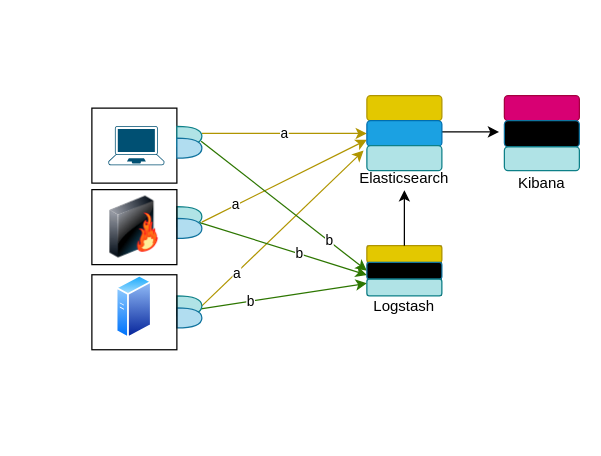
The draw.io diagram Bachelorarbeit/assets/ElasticStack.drawio in Bruno-Macedo/Praxisbericht_Bacherloarbeit, before the edit. Source tidied: cells renumbered, new cells numbered last; positions are measured from the earlier drawing's top-left corner, leaving out a move shared by most shapes. Both pictures are drawn from the tidied source at 125%, with x=0, y=0 at pixel (91, 95).
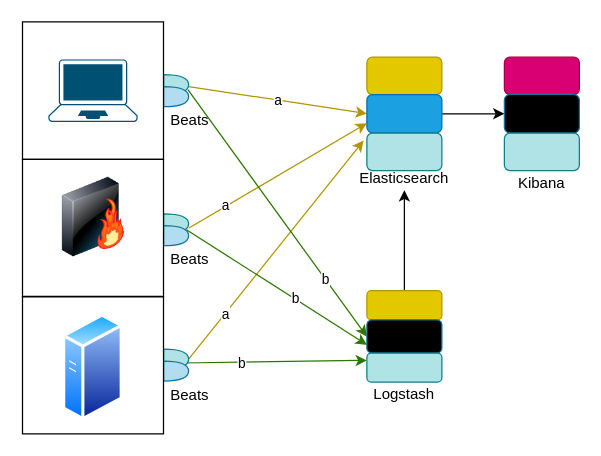
The same page after the edit.

What changed in the source:
```diff
@@
-    <mxCell id="2" style="rounded=0;whiteSpace=wrap;html=1;fillColor=none;" parent="1" vertex="1">
-      <mxGeometry y="10" width="68" height="60" as="geometry" />
-    </mxCell>
     <mxCell id="3" style="verticalLabelPosition=bottom;sketch=0;html=1;verticalAlign=top;align=center;shape=mxgraph.cisco19.laptop;fillColor=#005073;strokeColor=none;" parent="1" vertex="1">
-      <mxGeometry x="13.2" y="24.3" width="44.8" height="31.4" as="geometry" />
+      <mxGeometry x="-34.8" y="-29" width="71.4" height="50" as="geometry" />
     </mxCell>
     <mxCell id="4" style="image;html=1;image=img/lib/clip_art/networking/Firewall-page1_128x128.png;" parent="1" vertex="1">
-      <mxGeometry x="10" y="80.5" width="48" height="49.5" as="geometry" />
+      <mxGeometry x="-33.4" y="65.4" width="70" height="63.8" as="geometry" />
     </mxCell>
     <mxCell id="5" style="image;perimeter=ellipsePerimeter;html=1;align=center;shadow=0;dashed=0;spacingTop=3;image=img/lib/active_directory/generic_server.svg;" parent="1" vertex="1">
-      <mxGeometry x="19.5" y="143.3" width="28.9" height="51.7" as="geometry" />
+      <mxGeometry x="-23.3" y="174.3" width="48.5" height="86.5" as="geometry" />
     </mxCell>
@@
     <mxCell id="10" style="shape=or;whiteSpace=wrap;html=1;fillColor=#b0e3e6;strokeColor=#0e8088;" parent="1" vertex="1">
-      <mxGeometry x="68" y="160.2" width="20" height="16" as="geometry" />
+      <mxGeometry x="57.4" y="202.8" width="20" height="16" as="geometry" />
     </mxCell>
     <mxCell id="11" style="shape=or;whiteSpace=wrap;html=1;fillColor=#b1ddf0;strokeColor=#10739e;" parent="1" vertex="1">
-      <mxGeometry x="68" y="169.8" width="20" height="16" as="geometry" />
+      <mxGeometry x="57.4" y="212.3" width="20" height="16" as="geometry" />
     </mxCell>
@@
     <mxCell id="13" style="shape=or;whiteSpace=wrap;html=1;fillColor=#b0e3e6;strokeColor=#0e8088;" parent="1" vertex="1">
-      <mxGeometry x="68" y="88.8" width="20" height="16" as="geometry" />
+      <mxGeometry x="57.4" y="94.5" width="20" height="16" as="geometry" />
     </mxCell>
@@
     <mxCell id="18" style="shape=or;whiteSpace=wrap;html=1;fillColor=#b1ddf0;strokeColor=#10739e;" parent="1" vertex="1">
-      <mxGeometry x="68" y="98.2" width="20" height="16" as="geometry" />
+      <mxGeometry x="57.4" y="104" width="20" height="16" as="geometry" />
     </mxCell>
-    <mxCell id="19" value="a" style="edgeStyle=orthogonalEdgeStyle;rounded=0;jettySize=auto;html=1;entryX=0;entryY=0.5;entryDx=0;entryDy=0;fillColor=#e3c800;strokeColor=#B09500;" parent="1" edge="1" source="20" target="35">
-      <mxGeometry relative="1" as="geometry">
-        <Array as="points">
-          <mxPoint x="220" y="30" />
-        </Array>
-      </mxGeometry>
+    <mxCell id="19" value="a" style="rounded=0;jettySize=auto;html=1;entryX=0;entryY=0.5;entryDx=0;entryDy=0;fillColor=#e3c800;strokeColor=#B09500;" parent="1" edge="1" source="20" target="35">
+      <mxGeometry relative="1" as="geometry" />
     </mxCell>
     <mxCell id="20" style="shape=or;whiteSpace=wrap;html=1;fillColor=#b0e3e6;strokeColor=#0e8088;" parent="1" vertex="1">
-      <mxGeometry x="68" y="24.5" width="20" height="16" as="geometry" />
+      <mxGeometry x="57.4" y="-16.8" width="20" height="16" as="geometry" />
     </mxCell>
@@
     <mxCell id="23" style="shape=or;whiteSpace=wrap;html=1;fillColor=#b1ddf0;strokeColor=#10739e;" parent="1" vertex="1">
-      <mxGeometry x="68" y="34" width="20" height="16" as="geometry" />
+      <mxGeometry x="57.4" y="-7.2" width="20" height="16" as="geometry" />
     </mxCell>
-    <mxCell id="24" style="group;fillColor=#383838;" parent="1" vertex="1">
-      <mxGeometry x="220" y="120" width="60" height="40.2" as="geometry" />
-    </mxCell>
-    <mxCell id="25" style="rounded=1;whiteSpace=wrap;html=1;fillColor=#e3c800;fontColor=#000000;strokeColor=#B09500;" parent="24" vertex="1">
-      <mxGeometry width="60" height="13.4" as="geometry" />
-    </mxCell>
-    <mxCell id="26" style="rounded=1;whiteSpace=wrap;html=1;fillColor=#000000;strokeColor=#10739e;" parent="24" vertex="1">
-      <mxGeometry y="13.4" width="60" height="13.4" as="geometry" />
-    </mxCell>
-    <mxCell id="27" style="rounded=1;whiteSpace=wrap;html=1;fillColor=#b0e3e6;strokeColor=#0e8088;" parent="24" vertex="1">
-      <mxGeometry y="26.8" width="60" height="13.4" as="geometry" />
-    </mxCell>
     <mxCell id="28" value="Logstash" style="text;html=1;strokeColor=none;fillColor=none;align=center;verticalAlign=middle;whiteSpace=wrap;rounded=0;" parent="1" vertex="1">
-      <mxGeometry x="220" y="158.2" width="60" height="21.8" as="geometry" />
+      <mxGeometry x="220" y="228.3" width="60" height="21.8" as="geometry" />
     </mxCell>
@@
     <mxCell id="30" style="rounded=1;whiteSpace=wrap;html=1;fillColor=#d80073;fontColor=#ffffff;strokeColor=#A50040;" parent="1" vertex="1">
-      <mxGeometry x="330" width="60" height="20" as="geometry" />
+      <mxGeometry x="330" y="-30.8" width="60" height="30" as="geometry" />
     </mxCell>
     <mxCell id="31" style="rounded=1;whiteSpace=wrap;html=1;fillColor=#000000;strokeColor=#10739e;" parent="1" vertex="1">
-      <mxGeometry x="330" y="20" width="60" height="21" as="geometry" />
+      <mxGeometry x="330" y="-1" width="60" height="31" as="geometry" />
     </mxCell>
     <mxCell id="32" style="rounded=1;whiteSpace=wrap;html=1;fillColor=#b0e3e6;strokeColor=#0e8088;" parent="1" vertex="1">
-      <mxGeometry x="330" y="41" width="60" height="19" as="geometry" />
+      <mxGeometry x="330" y="30" width="60" height="30" as="geometry" />
     </mxCell>
     <mxCell id="33" style="rounded=1;whiteSpace=wrap;html=1;fillColor=#e3c800;fontColor=#000000;strokeColor=#B09500;" parent="1" vertex="1">
-      <mxGeometry x="220" width="60" height="20" as="geometry" />
+      <mxGeometry x="220" y="-30.8" width="60" height="30" as="geometry" />
     </mxCell>
-    <mxCell id="34" style="edgeStyle=orthogonalEdgeStyle;rounded=0;jettySize=auto;html=1;entryX=-0.071;entryY=0.429;entryDx=0;entryDy=0;entryPerimeter=0;" parent="1" edge="1" source="35" target="31">
-      <mxGeometry relative="1" as="geometry">
-        <Array as="points">
-          <mxPoint x="290" y="29" />
-          <mxPoint x="290" y="29" />
-        </Array>
-      </mxGeometry>
+    <mxCell id="34" style="edgeStyle=orthogonalEdgeStyle;rounded=0;jettySize=auto;html=1;" parent="1" edge="1" source="35" target="31">
+      <mxGeometry relative="1" as="geometry" />
     </mxCell>
     <mxCell id="35" style="rounded=1;whiteSpace=wrap;html=1;fillColor=#1ba1e2;strokeColor=#006EAF;fontColor=#ffffff;" parent="1" vertex="1">
-      <mxGeometry x="220" y="20" width="60" height="20.5" as="geometry" />
+      <mxGeometry x="220" y="-0.8" width="60" height="30.5" as="geometry" />
     </mxCell>
     <mxCell id="36" style="rounded=1;whiteSpace=wrap;html=1;fillColor=#b0e3e6;strokeColor=#0e8088;" parent="1" vertex="1">
-      <mxGeometry x="220" y="40" width="60" height="20" as="geometry" />
+      <mxGeometry x="220" y="30" width="60" height="30" as="geometry" />
     </mxCell>
@@
-    <mxCell id="38" style="rounded=0;whiteSpace=wrap;html=1;fillColor=none;" parent="1" vertex="1">
-      <mxGeometry y="75.2" width="68" height="60" as="geometry" />
-    </mxCell>
     <mxCell id="39" style="rounded=0;whiteSpace=wrap;html=1;fillColor=none;" parent="1" vertex="1">
-      <mxGeometry y="143.3" width="68" height="60" as="geometry" />
+      <mxGeometry x="-55.5" y="160.6" width="112.8" height="110" as="geometry" />
     </mxCell>
+    <mxCell id="40" style="rounded=0;whiteSpace=wrap;html=1;fillColor=none;" parent="1" vertex="1">
+      <mxGeometry x="-55.5" y="51" width="112.8" height="110" as="geometry" />
+    </mxCell>
+    <mxCell id="41" style="rounded=0;whiteSpace=wrap;html=1;fillColor=none;" parent="1" vertex="1">
+      <mxGeometry x="-55.5" y="-59" width="112.8" height="110" as="geometry" />
+    </mxCell>
+    <mxCell id="25" style="rounded=1;whiteSpace=wrap;html=1;fillColor=#e3c800;fontColor=#000000;strokeColor=#B09500;" parent="1" vertex="1">
+      <mxGeometry x="220" y="156" width="60" height="23.4" as="geometry" />
+    </mxCell>
+    <mxCell id="26" style="rounded=1;whiteSpace=wrap;html=1;fillColor=#000000;strokeColor=#10739e;" parent="1" vertex="1">
+      <mxGeometry x="220" y="179.4" width="60" height="26.6" as="geometry" />
+    </mxCell>
+    <mxCell id="27" style="rounded=1;whiteSpace=wrap;html=1;fillColor=#b0e3e6;strokeColor=#0e8088;" parent="1" vertex="1">
+      <mxGeometry x="220" y="206" width="60" height="23.2" as="geometry" />
+    </mxCell>
+    <mxCell id="42" value="Beats" style="text;html=1;strokeColor=none;fillColor=none;align=center;verticalAlign=middle;whiteSpace=wrap;rounded=0;" parent="1" vertex="1">
+      <mxGeometry x="57.4" y="229.1" width="42.6" height="21.8" as="geometry" />
+    </mxCell>
+    <mxCell id="43" value="Beats" style="text;html=1;strokeColor=none;fillColor=none;align=center;verticalAlign=middle;whiteSpace=wrap;rounded=0;" parent="1" vertex="1">
+      <mxGeometry x="57.4" y="120" width="42.6" height="21.8" as="geometry" />
+    </mxCell>
+    <mxCell id="44" value="Beats" style="text;html=1;strokeColor=none;fillColor=none;align=center;verticalAlign=middle;whiteSpace=wrap;rounded=0;" parent="1" vertex="1">
+      <mxGeometry x="57.4" y="8.7" width="42.6" height="21.8" as="geometry" />
+    </mxCell>
```
